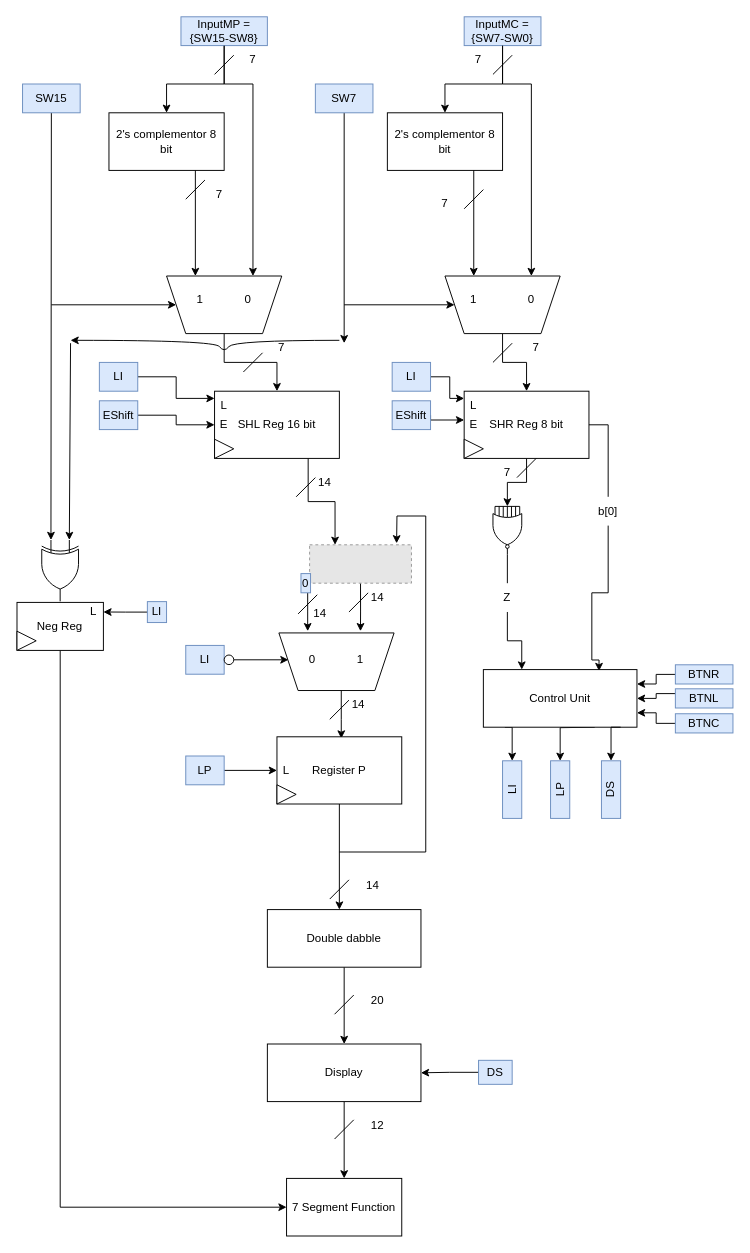
Above: BlockDiagram.drawio in iRustom/Sequential-Signed-Multiplier (draw.io), before the change. Source tidied: cells renumbered, new cells numbered last; positions are measured from the earlier drawing's top-left corner, leaving out a move shared by most shapes. Both pictures are drawn from the tidied source at 96%, with x=0, y=0 at pixel (16, 16). Pictures stored in the file or linked from it are replaced by grey dashed boxes.
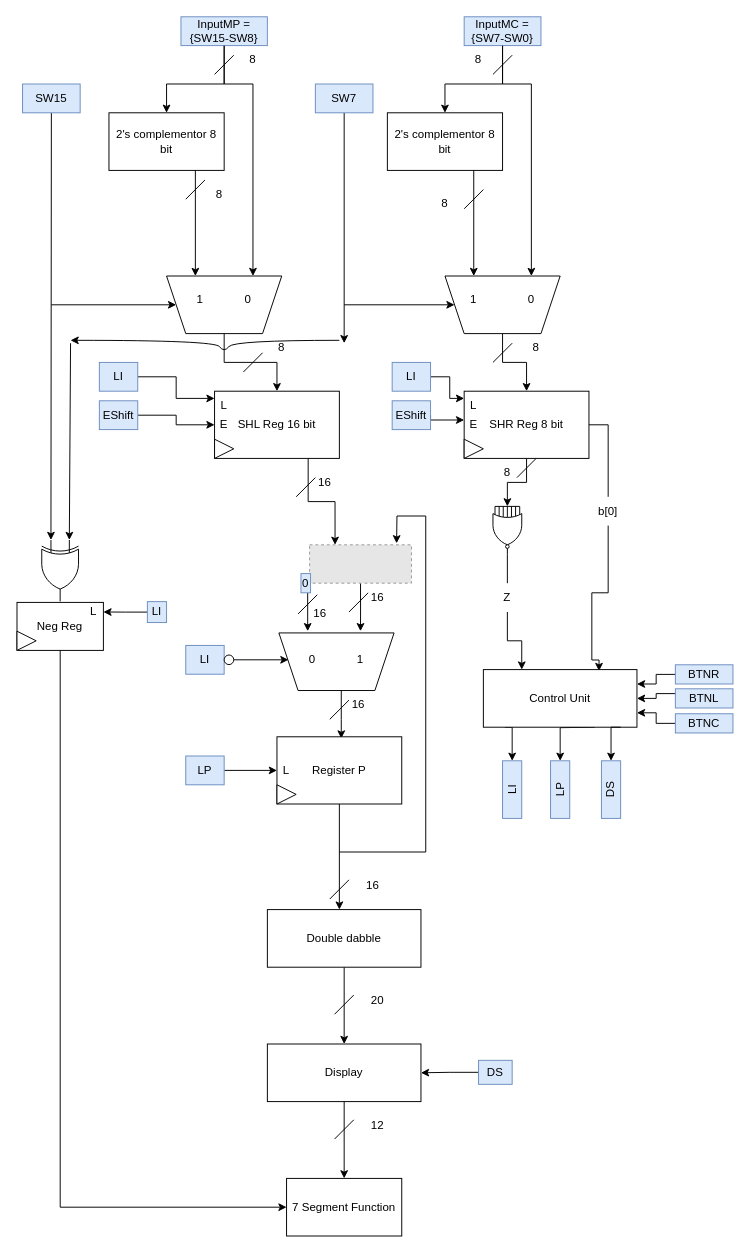
Above is the later version.

Commit message:
Changed bus sizes in the block diagram

The edit, as a diff of the source:
```diff
@@
-    <mxCell id="47" value="7" style="text;html=1;strokeColor=none;fillColor=none;align=center;verticalAlign=middle;whiteSpace=wrap;rounded=0;" parent="1" vertex="1">
+    <mxCell id="47" value="8" style="text;html=1;strokeColor=none;fillColor=none;align=center;verticalAlign=middle;whiteSpace=wrap;rounded=0;" parent="1" vertex="1">
       <mxGeometry x="466" y="30" width="30" height="30" as="geometry" />
     </mxCell>
-    <mxCell id="48" value="7" style="text;html=1;strokeColor=none;fillColor=none;align=center;verticalAlign=middle;whiteSpace=wrap;rounded=0;" parent="1" vertex="1">
+    <mxCell id="48" value="8" style="text;html=1;strokeColor=none;fillColor=none;align=center;verticalAlign=middle;whiteSpace=wrap;rounded=0;" parent="1" vertex="1">
       <mxGeometry x="526" y="330" width="30" height="30" as="geometry" />
     </mxCell>
-    <mxCell id="49" value="7" style="text;html=1;strokeColor=none;fillColor=none;align=center;verticalAlign=middle;whiteSpace=wrap;rounded=0;" parent="1" vertex="1">
+    <mxCell id="49" value="8" style="text;html=1;strokeColor=none;fillColor=none;align=center;verticalAlign=middle;whiteSpace=wrap;rounded=0;" parent="1" vertex="1">
       <mxGeometry x="261" y="330" width="30" height="30" as="geometry" />
     </mxCell>
-    <mxCell id="50" value="7" style="text;html=1;strokeColor=none;fillColor=none;align=center;verticalAlign=middle;whiteSpace=wrap;rounded=0;" parent="1" vertex="1">
+    <mxCell id="50" value="8" style="text;html=1;strokeColor=none;fillColor=none;align=center;verticalAlign=middle;whiteSpace=wrap;rounded=0;" parent="1" vertex="1">
       <mxGeometry x="431" y="180" width="30" height="30" as="geometry" />
     </mxCell>
-    <mxCell id="51" value="7" style="text;html=1;strokeColor=none;fillColor=none;align=center;verticalAlign=middle;whiteSpace=wrap;rounded=0;" parent="1" vertex="1">
+    <mxCell id="51" value="8" style="text;html=1;strokeColor=none;fillColor=none;align=center;verticalAlign=middle;whiteSpace=wrap;rounded=0;" parent="1" vertex="1">
       <mxGeometry x="196" y="170" width="30" height="30" as="geometry" />
     </mxCell>
-    <mxCell id="52" value="7" style="text;html=1;strokeColor=none;fillColor=none;align=center;verticalAlign=middle;whiteSpace=wrap;rounded=0;" parent="1" vertex="1">
+    <mxCell id="52" value="8" style="text;html=1;strokeColor=none;fillColor=none;align=center;verticalAlign=middle;whiteSpace=wrap;rounded=0;" parent="1" vertex="1">
       <mxGeometry x="231" y="30" width="30" height="30" as="geometry" />
     </mxCell>
@@
-    <mxCell id="56" value="7" style="text;html=1;strokeColor=none;fillColor=none;align=center;verticalAlign=middle;whiteSpace=wrap;rounded=0;" parent="1" vertex="1">
+    <mxCell id="56" value="8" style="text;html=1;strokeColor=none;fillColor=none;align=center;verticalAlign=middle;whiteSpace=wrap;rounded=0;" parent="1" vertex="1">
       <mxGeometry x="496" y="460" width="30" height="30" as="geometry" />
     </mxCell>
-    <mxCell id="57" value="14" style="text;html=1;strokeColor=none;fillColor=none;align=center;verticalAlign=middle;whiteSpace=wrap;rounded=0;" parent="1" vertex="1">
+    <mxCell id="57" value="16" style="text;html=1;strokeColor=none;fillColor=none;align=center;verticalAlign=middle;whiteSpace=wrap;rounded=0;" parent="1" vertex="1">
       <mxGeometry x="306" y="470" width="30" height="30" as="geometry" />
     </mxCell>
@@
-    <mxCell id="73" value="14" style="text;html=1;strokeColor=none;fillColor=none;align=center;verticalAlign=middle;whiteSpace=wrap;rounded=0;" parent="1" vertex="1">
+    <mxCell id="73" value="16" style="text;html=1;strokeColor=none;fillColor=none;align=center;verticalAlign=middle;whiteSpace=wrap;rounded=0;" parent="1" vertex="1">
       <mxGeometry x="361" y="590" width="30" height="30" as="geometry" />
     </mxCell>
@@
-    <mxCell id="76" value="14" style="text;html=1;strokeColor=none;fillColor=none;align=center;verticalAlign=middle;whiteSpace=wrap;rounded=0;" parent="1" vertex="1">
+    <mxCell id="76" value="16" style="text;html=1;strokeColor=none;fillColor=none;align=center;verticalAlign=middle;whiteSpace=wrap;rounded=0;" parent="1" vertex="1">
       <mxGeometry x="306" y="610" width="20" height="23" as="geometry" />
     </mxCell>
@@
-    <mxCell id="80" value="14" style="text;html=1;strokeColor=none;fillColor=none;align=center;verticalAlign=middle;whiteSpace=wrap;rounded=0;" parent="1" vertex="1">
+    <mxCell id="80" value="16" style="text;html=1;strokeColor=none;fillColor=none;align=center;verticalAlign=middle;whiteSpace=wrap;rounded=0;" parent="1" vertex="1">
       <mxGeometry x="341" y="701.8" width="30" height="30" as="geometry" />
     </mxCell>
@@
-    <mxCell id="104" value="14" style="text;html=1;strokeColor=none;fillColor=none;align=center;verticalAlign=middle;whiteSpace=wrap;rounded=0;" parent="1" vertex="1">
+    <mxCell id="104" value="16" style="text;html=1;strokeColor=none;fillColor=none;align=center;verticalAlign=middle;whiteSpace=wrap;rounded=0;" parent="1" vertex="1">
       <mxGeometry x="356" y="890" width="30" height="30" as="geometry" />
     </mxCell>
```
